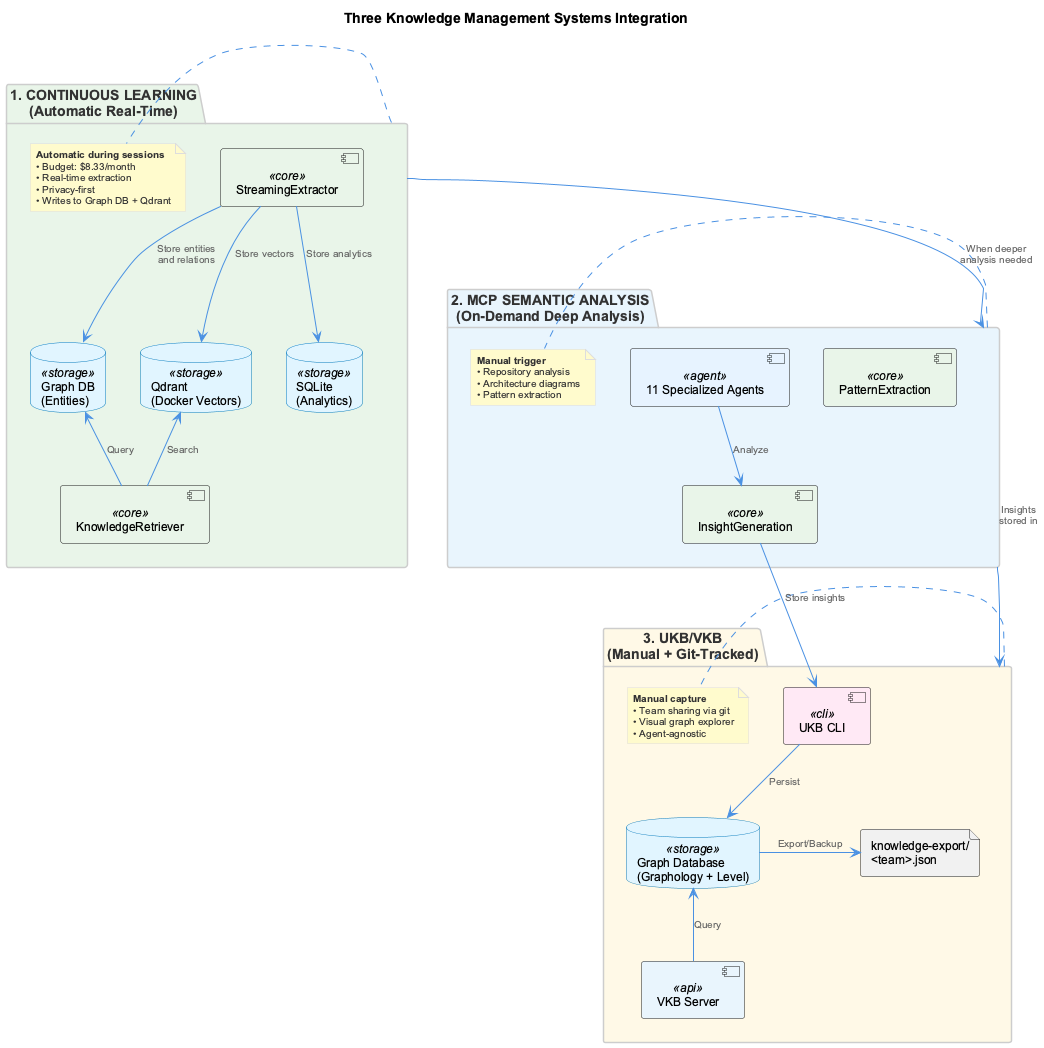
Before: docs/images/three-systems-integration.png, a diagram exported from PlantUML (fwornle/coding). Source of this version:
```plantuml
@startuml
!include _standard-style.puml

title Three Knowledge Management Systems Integration

top to bottom direction

package "1. CONTINUOUS LEARNING\n(Automatic Real-Time)" as learning #E8F5E8 {
  [StreamingExtractor] <<core>>
  [KnowledgeRetriever] <<core>>

  database "Graph DB\n(Entities)" as learning_graph <<storage>>
  database "Qdrant\n(Docker Vectors)" as qdrant <<storage>>
  database "SQLite\n(Analytics)" as sqlite <<storage>>

  note right of learning
    **Automatic during sessions**
    • Budget: $8.33/month
    • Real-time extraction
    • Privacy-first
    • Writes to Graph DB + Qdrant
  end note
}

package "2. MCP SEMANTIC ANALYSIS\n(On-Demand Deep Analysis)" as mcp #E8F4FD {
  [11 Specialized Agents] <<agent>>
  [InsightGeneration] <<core>>
  [PatternExtraction] <<core>>

  note right of mcp
    **Manual trigger**
    • Repository analysis
    • Architecture diagrams
    • Pattern extraction
  end note
}

package "3. UKB/VKB\n(Manual + Git-Tracked)" as ukb #FFF9E6 {
  [UKB CLI] <<cli>>
  [VKB Server] <<api>>

  database "Graph Database\n(Graphology + Level)" as graph <<storage>>
  file "knowledge-export/\n<team>.json" as json

  note right of ukb
    **Manual capture**
    • Team sharing via git
    • Visual graph explorer
    • Agent-agnostic
  end note
}

[StreamingExtractor] -down-> learning_graph : Store entities\nand relations
[StreamingExtractor] -down-> qdrant : Store vectors
[StreamingExtractor] -down-> sqlite : Store analytics
[KnowledgeRetriever] -up-> qdrant : Search
[KnowledgeRetriever] -up-> learning_graph : Query

[11 Specialized Agents] -down-> [InsightGeneration] : Analyze
[InsightGeneration] -down-> [UKB CLI] : Store insights

[UKB CLI] -down-> graph : Persist
[VKB Server] -up-> graph : Query
graph -right-> json : Export/Backup

learning -down-> mcp : When deeper\nanalysis needed
mcp -down-> ukb : Insights\nstored in

@enduml
```
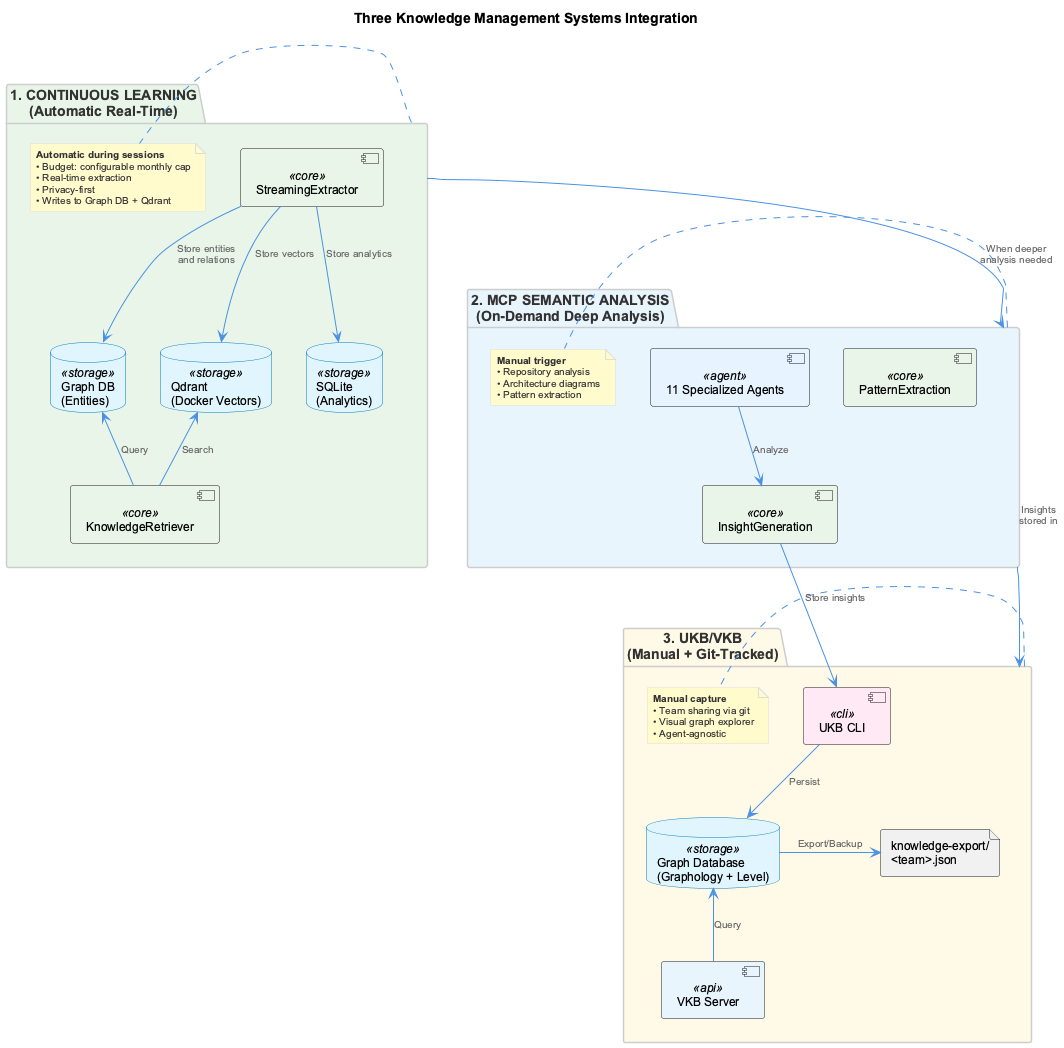
After the change.

The edit, as a diff of the source:
```diff
@@ -15,7 +15,7 @@
 
   note right of learning
     **Automatic during sessions**
-    • Budget: $8.33/month
+    • Budget: configurable monthly cap
     • Real-time extraction
     • Privacy-first
     • Writes to Graph DB + Qdrant
```
